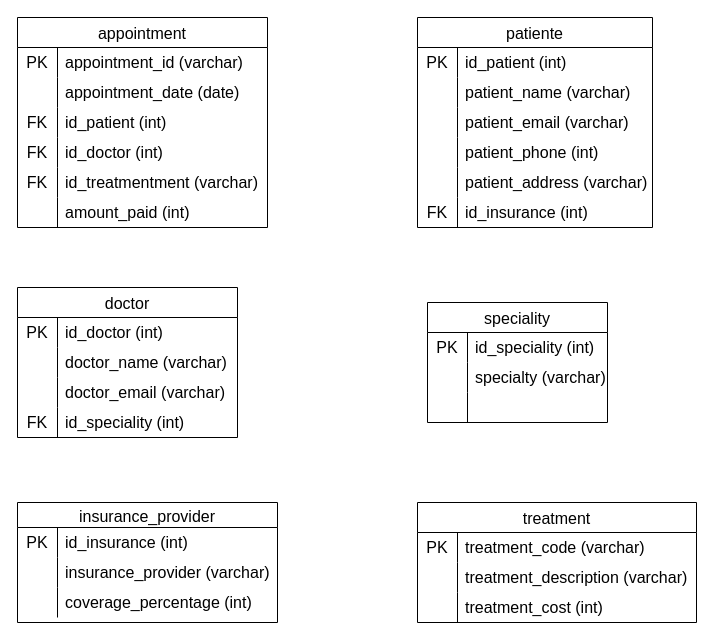
Nataliavos/SimulacroDB_SaludPlus keeps this draw.io diagram as MER.drawio. Above is the earlier version. Source tidied: cells renumbered, new cells numbered last; positions are measured from the earlier drawing's top-left corner, leaving out a move shared by most shapes. Both pictures are drawn from the tidied source at 100%, with x=0, y=0 at pixel (17, 17).
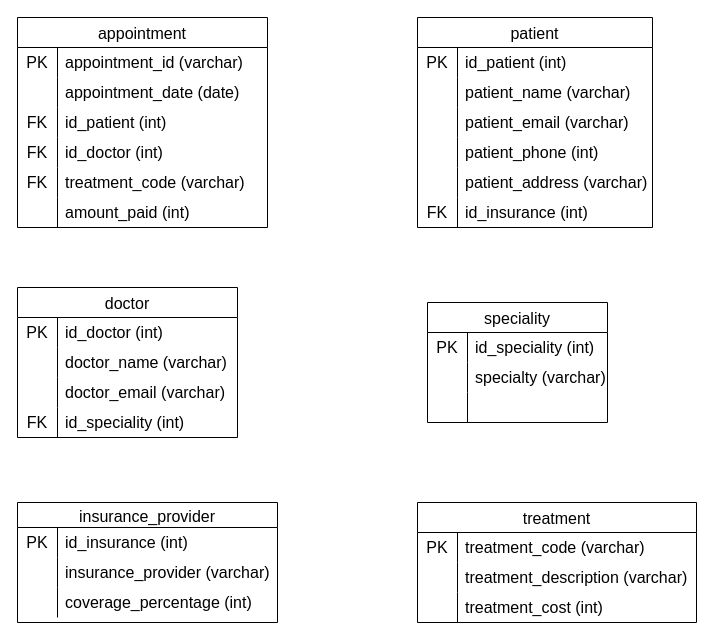
The same diagram, later.

Unchanged cells that the change refers to:
```xml
<mxCell id="15" style="shape=tableRow;horizontal=0;startSize=0;swimlaneHead=0;swimlaneBody=0;top=0;left=0;bottom=0;right=0;fillColor=none;strokeColor=inherit;fontSize=16;" parent="2" vertex="1">
  <mxGeometry y="150" width="250" height="30" as="geometry" />
</mxCell>
```

Change to the diagram source:
```diff
@@
-    <mxCell id="17" value="id_treatmentment (varchar)" style="shape=partialRectangle;html=1;whiteSpace=wrap;fillColor=none;top=0;left=0;bottom=0;right=0;align=left;spacingLeft=6;overflow=hidden;strokeColor=inherit;fontSize=16;" parent="15" vertex="1">
+    <mxCell id="17" value="treatment_code&amp;nbsp;(varchar)" style="shape=partialRectangle;html=1;whiteSpace=wrap;fillColor=none;top=0;left=0;bottom=0;right=0;align=left;spacingLeft=6;overflow=hidden;strokeColor=inherit;fontSize=16;" parent="15" vertex="1">
       <mxGeometry x="40" width="210" height="30" as="geometry" />
     </mxCell>
@@
-    <mxCell id="21" value="patiente" style="shape=table;startSize=30;childLayout=tableLayout;rowLines=0;fontStyle=0;strokeColor=default;fontSize=16;" parent="1" vertex="1">
+    <mxCell id="21" value="patient" style="shape=table;startSize=30;childLayout=tableLayout;rowLines=0;fontStyle=0;strokeColor=default;fontSize=16;" parent="1" vertex="1">
       <mxGeometry x="400" width="235" height="210" as="geometry" />
     </mxCell>
```
